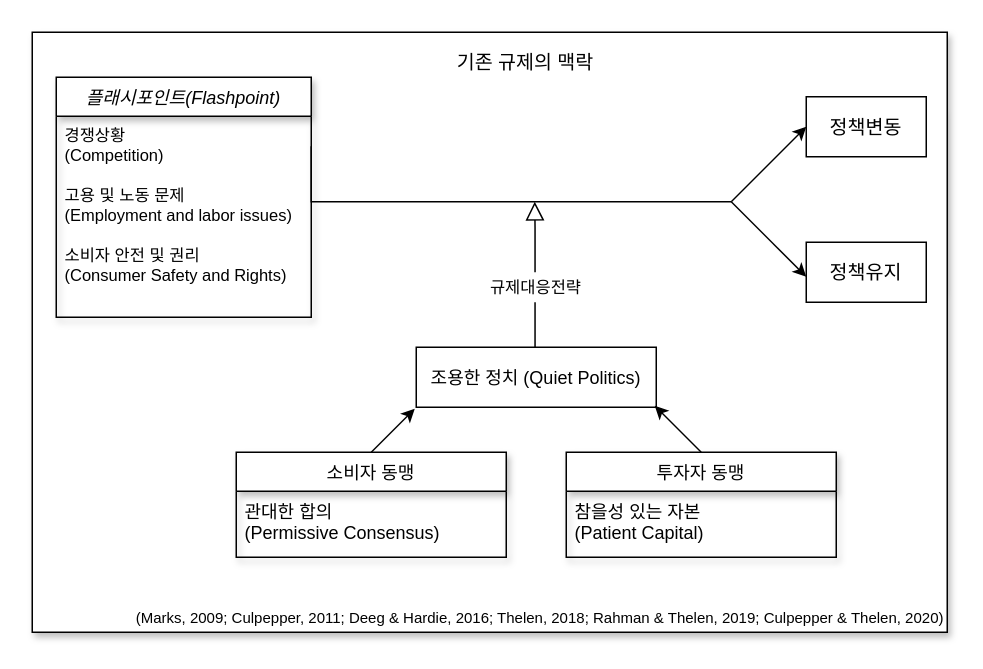
The draw.io diagram Diagram_Class.drawio in kjsang/analysis.coupang, before the edit. Source tidied: cells renumbered, new cells numbered last; positions are measured from the earlier drawing's top-left corner, leaving out a move shared by most shapes. Both pictures are drawn from the tidied source at 150%, with x=0, y=0 at pixel (32, 32).
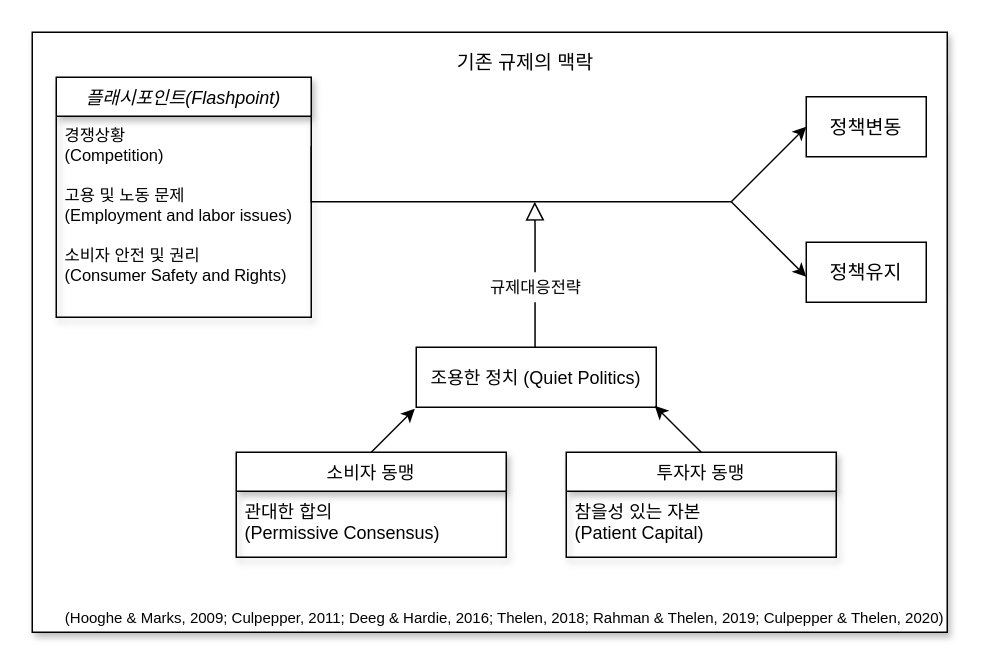
Above is the later version.

The edit, as a diff of the source:
```diff
@@
-    <mxCell id="24" value="(Marks, 2009;&amp;nbsp;Culpepper, 2011; Deeg &amp;amp; Hardie, 2016; Thelen, 2018;&amp;nbsp;Rahman &amp;amp; Thelen, 2019; Culpepper &amp;amp; Thelen, 2020)" style="text;html=1;strokeColor=none;fillColor=none;align=right;verticalAlign=middle;whiteSpace=wrap;rounded=0;fontSize=10;" parent="1" vertex="1">
+    <mxCell id="24" value="(Hooghe &amp;amp; Marks, 2009;&amp;nbsp;Culpepper, 2011; Deeg &amp;amp; Hardie, 2016; Thelen, 2018;&amp;nbsp;Rahman &amp;amp; Thelen, 2019; Culpepper &amp;amp; Thelen, 2020)" style="text;html=1;strokeColor=none;fillColor=none;align=right;verticalAlign=middle;whiteSpace=wrap;rounded=0;fontSize=10;" parent="1" vertex="1">
       <mxGeometry y="380" width="610" height="20" as="geometry" />
     </mxCell>
```
